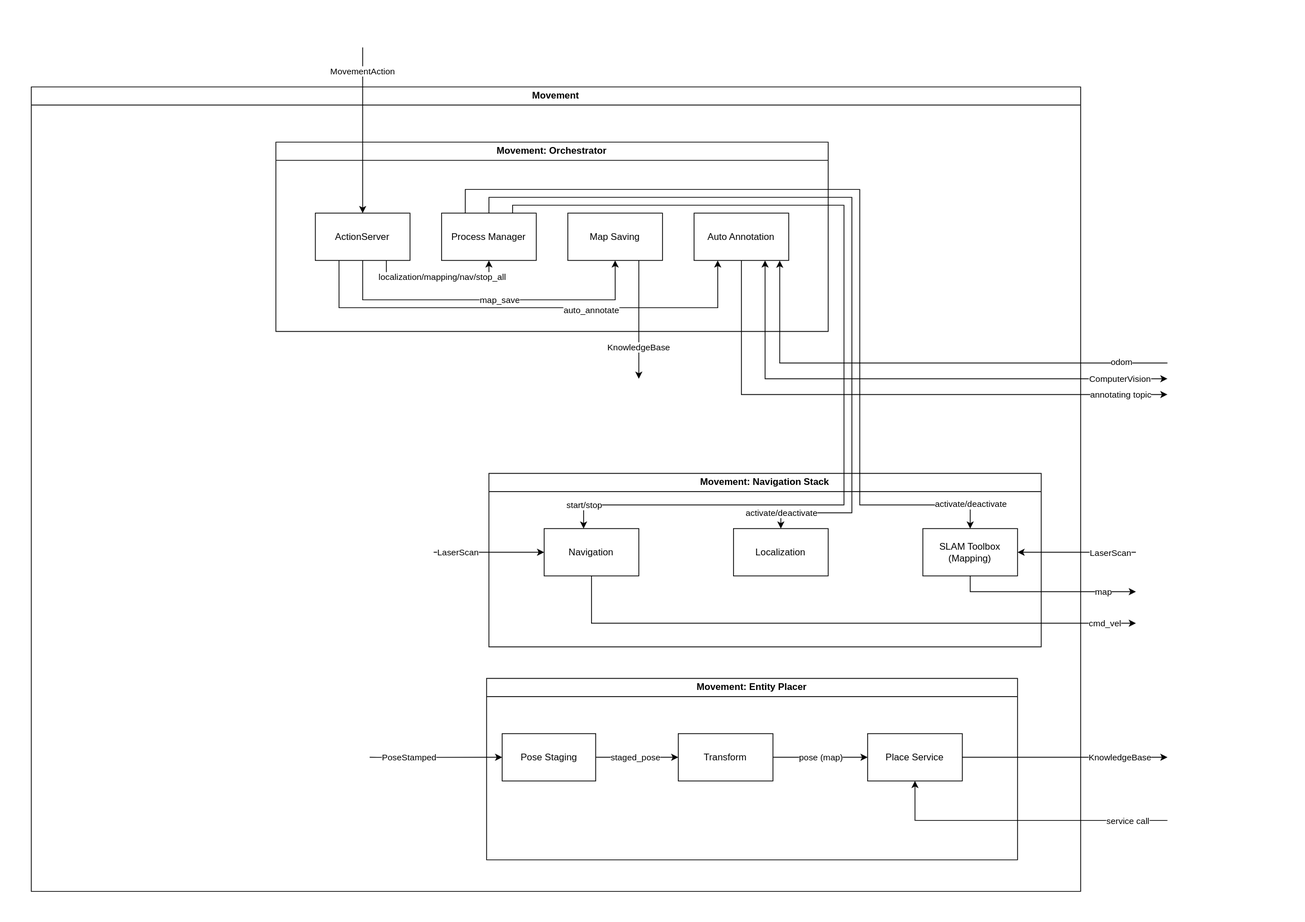
una-auxme/arlab keeps this draw.io diagram as doc/images/Building Block View Diagrams/MovementWhiteboxes.svg. Above is the earlier version. Source tidied: cells renumbered, new cells last; positions are measured from the earlier drawing's top-left corner, leaving out a move shared by most shapes.
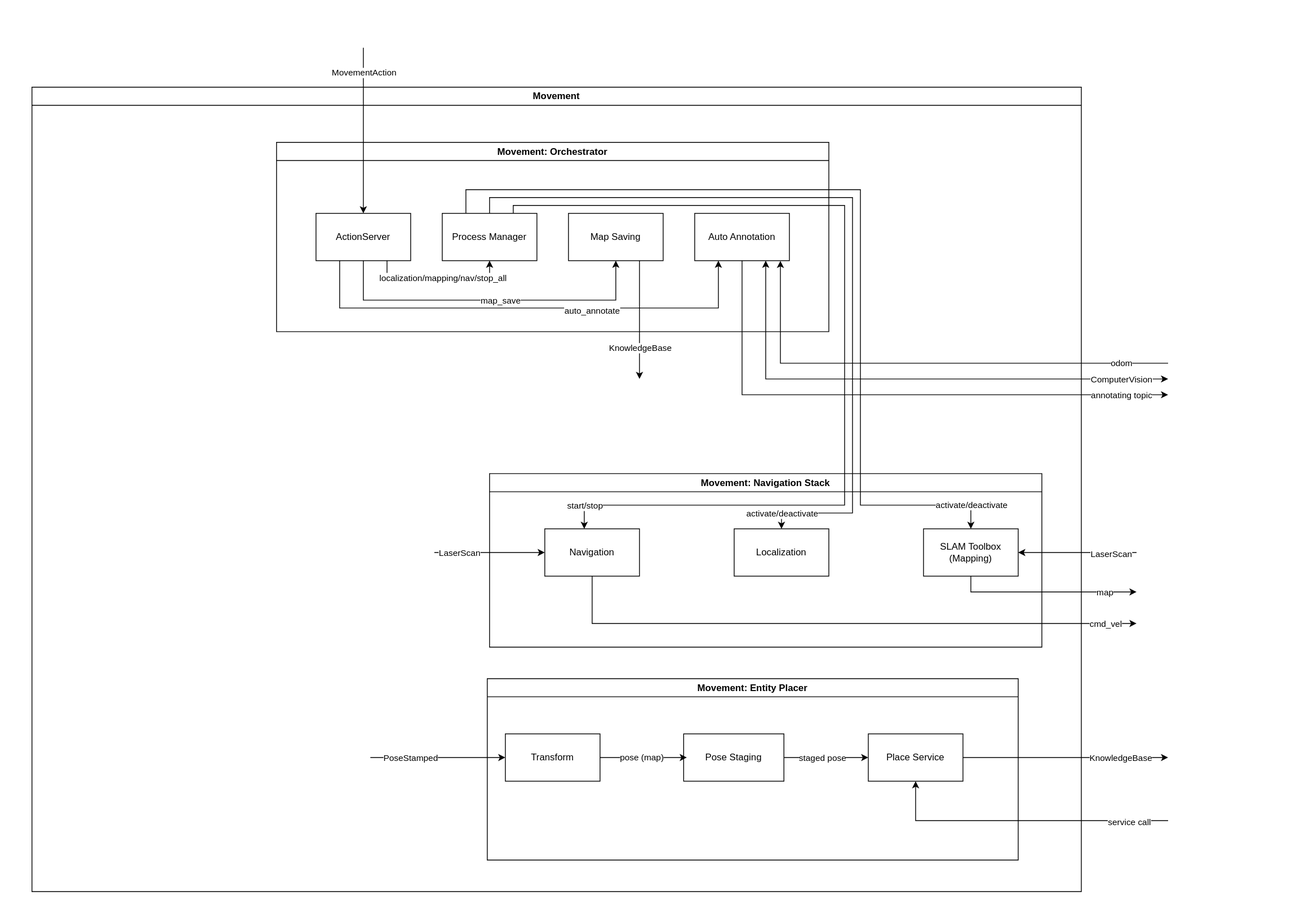
After the change.

The edit, as a diff of the source:
```diff
@@ -209,14 +209,9 @@
     <mxCell id="42" value="Movement: Entity Placer" style="swimlane;whiteSpace=wrap;html=1;" parent="41" vertex="1">
       <mxGeometry x="237.1" y="20" width="672.9" height="230" as="geometry" />
     </mxCell>
-    <mxCell id="43" style="edgeStyle=orthogonalEdgeStyle;rounded=0;orthogonalLoop=1;jettySize=auto;html=1;endArrow=none;endFill=0;startArrow=classic;startFill=1;" parent="42" edge="1">
+    <mxCell id="43" style="edgeStyle=orthogonalEdgeStyle;rounded=0;jettySize=auto;html=1;endArrow=none;endFill=0;startArrow=classic;startFill=1;exitX=0;exitY=0.5;exitDx=0;exitDy=0;" parent="42" edge="1" source="49">
       <mxGeometry relative="1" as="geometry">
-        <mxPoint x="19.8" y="100" as="sourcePoint" />
         <mxPoint x="-148.2" y="100" as="targetPoint" />
-        <Array as="points">
-          <mxPoint x="-138.3" y="100" />
-          <mxPoint x="-138.3" y="100" />
-        </Array>
       </mxGeometry>
     </mxCell>
     <mxCell id="44" value="PoseStamped" style="edgeLabel;html=1;align=center;verticalAlign=middle;" parent="43" vertex="1">
@@ -224,8 +219,16 @@
         <mxPoint x="20" y="-1" as="offset" />
       </mxGeometry>
     </mxCell>
+    <mxCell id="58" style="edgeStyle=orthogonalEdgeStyle;rounded=0;jettySize=auto;html=1;exitX=1;exitY=0.5;exitDx=0;exitDy=0;" parent="42" edge="1" source="45">
+      <mxGeometry relative="1" as="geometry">
+        <mxPoint x="482.9" y="100" as="targetPoint" />
+      </mxGeometry>
+    </mxCell>
+    <mxCell id="59" value="staged pose" style="edgeLabel;html=1;align=center;verticalAlign=middle;" parent="58" vertex="1">
+      <mxGeometry x="-0.1" y="-1" relative="1" as="geometry" />
+    </mxCell>
     <mxCell id="45" value="Pose Staging" style="rounded=0;whiteSpace=wrap;html=1;" parent="42" vertex="1">
-      <mxGeometry x="19.8" y="70" width="118.5" height="60" as="geometry" />
+      <mxGeometry x="248.9" y="70" width="127.1" height="60" as="geometry" />
     </mxCell>
     <mxCell id="46" style="edgeStyle=orthogonalEdgeStyle;rounded=0;jettySize=auto;html=1;exitX=0.5;exitY=1;exitDx=0;exitDy=0;endArrow=none;endFill=0;startArrow=classic;startFill=1;" parent="42" edge="1" source="48">
       <mxGeometry relative="1" as="geometry">
@@ -243,25 +246,17 @@
     <mxCell id="48" value="Place Service" style="whiteSpace=wrap;html=1;rounded=0;" parent="42" vertex="1">
       <mxGeometry x="482.9" y="70" width="120" height="60" as="geometry" />
     </mxCell>
+    <mxCell id="60" style="edgeStyle=orthogonalEdgeStyle;rounded=0;jettySize=auto;html=1;exitX=1;exitY=0.5;exitDx=0;exitDy=0;" parent="42" edge="1" source="49">
+      <mxGeometry relative="1" as="geometry">
+        <mxPoint x="252.9" y="100" as="targetPoint" />
+      </mxGeometry>
+    </mxCell>
+    <mxCell id="53" value="pose (map)" style="edgeLabel;html=1;align=center;verticalAlign=middle;" parent="60" vertex="1">
+      <mxGeometry x="-0.04" relative="1" as="geometry" />
+    </mxCell>
     <mxCell id="49" value="Transform" style="rounded=0;whiteSpace=wrap;html=1;" parent="42" vertex="1">
-      <mxGeometry x="242.9" y="70" width="120" height="60" as="geometry" />
+      <mxGeometry x="22.9" y="70" width="120" height="60" as="geometry" />
     </mxCell>
-    <mxCell id="50" style="edgeStyle=orthogonalEdgeStyle;rounded=0;jettySize=auto;html=1;" parent="42" edge="1" source="45" target="49">
-      <mxGeometry relative="1" as="geometry" />
-    </mxCell>
-    <mxCell id="51" value="staged_pose" style="edgeLabel;html=1;align=center;verticalAlign=middle;" parent="50" vertex="1">
-      <mxGeometry x="-0.04" y="-1" relative="1" as="geometry">
-        <mxPoint y="-1" as="offset" />
-      </mxGeometry>
-    </mxCell>
-    <mxCell id="52" style="edgeStyle=orthogonalEdgeStyle;rounded=0;jettySize=auto;html=1;" parent="42" edge="1" source="49" target="48">
-      <mxGeometry relative="1" as="geometry" />
-    </mxCell>
-    <mxCell id="53" value="pose (map)" style="edgeLabel;html=1;align=center;verticalAlign=middle;" parent="52" vertex="1">
-      <mxGeometry x="-0.28" y="2" relative="1" as="geometry">
-        <mxPoint x="17" y="2" as="offset" />
-      </mxGeometry>
-    </mxCell>
     <mxCell id="54" style="edgeStyle=orthogonalEdgeStyle;rounded=0;jettySize=auto;html=1;exitX=1;exitY=0.5;exitDx=0;exitDy=0;" parent="2" edge="1" source="48">
       <mxGeometry relative="1" as="geometry">
         <mxPoint x="1440" y="850" as="targetPoint" />
```
